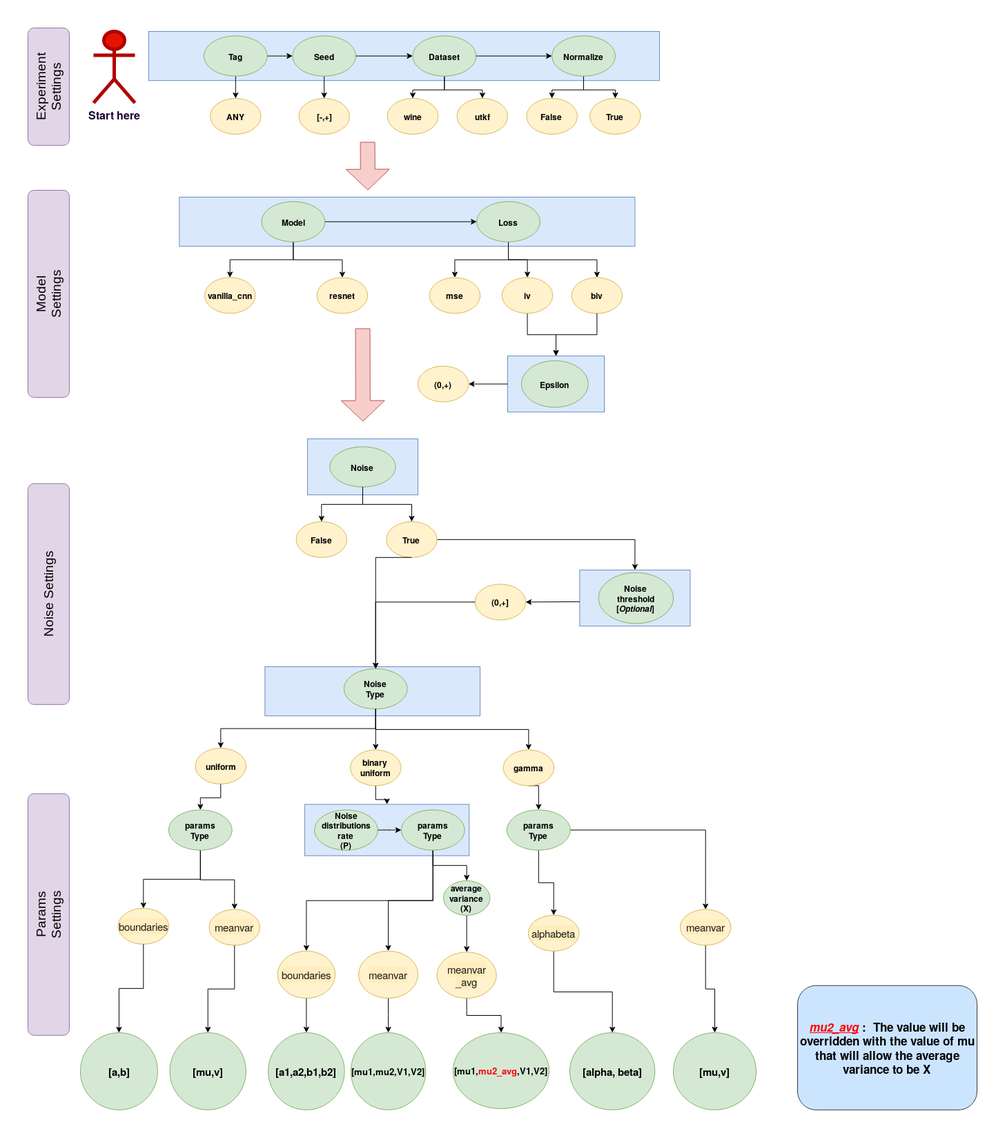
This is media/args.png from montrealrobotics/BIV, a draw.io export, as it was before one commit. Source tidied: cells renumbered, new cells last; positions are measured from the earlier drawing's top-left corner, leaving out a move shared by most shapes.
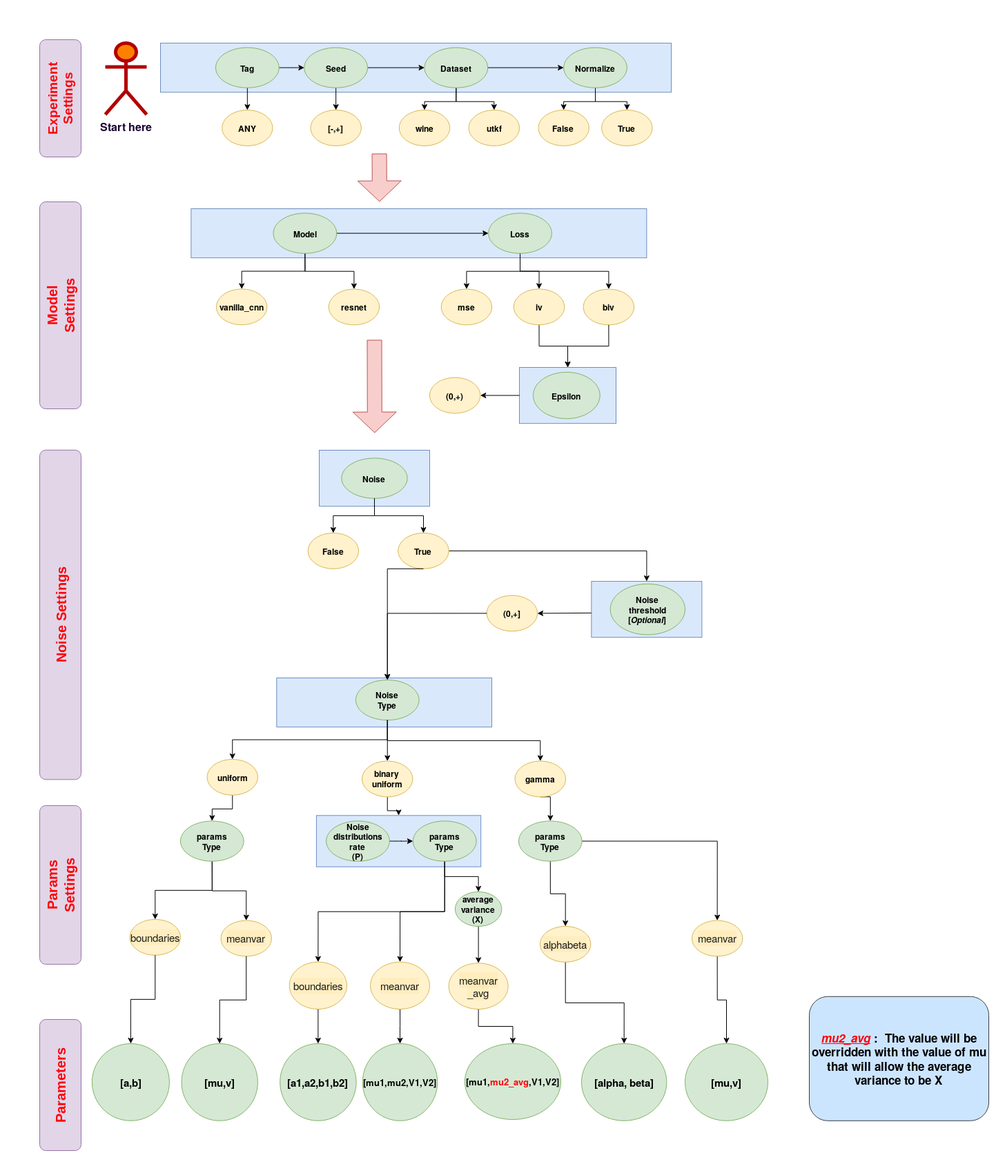
After the commit.

Diff of the diagram source:
```diff
@@ -298,20 +298,20 @@
     <mxCell id="97" style="edgeStyle=orthogonalEdgeStyle;rounded=0;jettySize=auto;html=1;exitX=0.5;exitY=1;exitDx=0;exitDy=0;entryX=0.5;entryY=0;entryDx=0;entryDy=0;" parent="2" edge="1" source="49" target="51">
       <mxGeometry relative="1" as="geometry" />
     </mxCell>
-    <mxCell id="98" value="&lt;font color=&quot;#190033&quot;&gt;&lt;b&gt;Start here&lt;br&gt;&lt;/b&gt;&lt;/font&gt;" style="shape=umlActor;verticalLabelPosition=bottom;verticalAlign=top;html=1;fontSize=16;align=center;fillColor=#e51400;strokeColor=#B20000;fontColor=#ffffff;strokeWidth=5;perimeterSpacing=0;" parent="2" vertex="1">
+    <mxCell id="98" value="&lt;font color=&quot;#190033&quot;&gt;&lt;b&gt;Start here&lt;br&gt;&lt;/b&gt;&lt;/font&gt;" style="shape=umlActor;verticalLabelPosition=bottom;verticalAlign=top;html=1;fontSize=16;align=center;strokeColor=#B20000;fontColor=#ffffff;strokeWidth=5;perimeterSpacing=0;fillColor=#FF8000;" parent="2" vertex="1">
       <mxGeometry x="30" width="60" height="103.5" as="geometry" />
     </mxCell>
-    <mxCell id="99" value="&lt;p dir=&quot;ltr&quot; style=&quot;line-height: 1.2 ; text-align: center ; margin-top: 0pt ; margin-bottom: 0pt&quot; id=&quot;docs-internal-guid-8ae002db-7fff-8ba6-8505-895e2b272312&quot;&gt;&lt;span style=&quot;font-size: 14pt ; font-family: &amp;#34;arial&amp;#34; ; color: rgb(0 , 0 , 0) ; background-color: transparent ; font-weight: 400 ; font-style: normal ; font-variant: normal ; text-decoration: none ; vertical-align: baseline&quot;&gt;Model&lt;/span&gt;&lt;/p&gt;&lt;p dir=&quot;ltr&quot; style=&quot;line-height: 1.2 ; text-align: center ; margin-top: 0pt ; margin-bottom: 0pt&quot;&gt;&lt;span style=&quot;font-size: 14pt ; font-family: &amp;#34;arial&amp;#34; ; color: rgb(0 , 0 , 0) ; background-color: transparent ; font-weight: 400 ; font-style: normal ; font-variant: normal ; text-decoration: none ; vertical-align: baseline&quot;&gt;Settings&lt;/span&gt;&lt;/p&gt;" style="rounded=1;whiteSpace=wrap;html=1;rotation=-90;fillColor=#e1d5e7;strokeColor=#9673a6;" parent="1" vertex="1">
+    <mxCell id="99" value="&lt;p dir=&quot;ltr&quot; style=&quot;line-height: 1.2 ; text-align: center ; margin-top: 0pt ; margin-bottom: 0pt ; font-size: 20px&quot; id=&quot;docs-internal-guid-8ae002db-7fff-8ba6-8505-895e2b272312&quot;&gt;&lt;font style=&quot;font-size: 20px&quot; color=&quot;#FF0008&quot;&gt;&lt;b&gt;&lt;span style=&quot;font-family: &amp;#34;arial&amp;#34; ; background-color: transparent ; font-style: normal ; font-variant: normal ; text-decoration: none ; vertical-align: baseline&quot;&gt;Model&lt;/span&gt;&lt;/b&gt;&lt;/font&gt;&lt;/p&gt;&lt;p dir=&quot;ltr&quot; style=&quot;line-height: 1.2 ; text-align: center ; margin-top: 0pt ; margin-bottom: 0pt ; font-size: 20px&quot;&gt;&lt;font style=&quot;font-size: 20px&quot; color=&quot;#FF0008&quot;&gt;&lt;b&gt;&lt;span style=&quot;font-family: &amp;#34;arial&amp;#34; ; background-color: transparent ; font-style: normal ; font-variant: normal ; text-decoration: none ; vertical-align: baseline&quot;&gt;Settings&lt;/span&gt;&lt;/b&gt;&lt;/font&gt;&lt;/p&gt;" style="rounded=1;whiteSpace=wrap;html=1;rotation=-90;fillColor=#e1d5e7;strokeColor=#9673a6;" parent="1" vertex="1">
       <mxGeometry x="25" y="350" width="300" height="60" as="geometry" />
     </mxCell>
-    <mxCell id="100" value="&lt;p dir=&quot;ltr&quot; style=&quot;line-height: 1.2 ; text-align: center ; margin-top: 0pt ; margin-bottom: 0pt&quot; id=&quot;docs-internal-guid-8ae002db-7fff-8ba6-8505-895e2b272312&quot;&gt;&lt;span style=&quot;font-size: 14pt ; font-family: &amp;#34;arial&amp;#34; ; color: rgb(0 , 0 , 0) ; background-color: transparent ; font-weight: 400 ; font-style: normal ; font-variant: normal ; text-decoration: none ; vertical-align: baseline&quot;&gt;Experiment&lt;/span&gt;&lt;/p&gt;&lt;p dir=&quot;ltr&quot; style=&quot;line-height: 1.2 ; text-align: center ; margin-top: 0pt ; margin-bottom: 0pt&quot;&gt;&lt;span style=&quot;font-size: 14pt ; font-family: &amp;#34;arial&amp;#34; ; color: rgb(0 , 0 , 0) ; background-color: transparent ; font-weight: 400 ; font-style: normal ; font-variant: normal ; text-decoration: none ; vertical-align: baseline&quot;&gt;Settings&lt;/span&gt;&lt;/p&gt;" style="rounded=1;whiteSpace=wrap;html=1;rotation=-90;fillColor=#e1d5e7;strokeColor=#9673a6;" parent="1" vertex="1">
+    <mxCell id="100" value="&lt;p dir=&quot;ltr&quot; style=&quot;line-height: 1.2 ; text-align: center ; margin-top: 0pt ; margin-bottom: 0pt&quot; id=&quot;docs-internal-guid-8ae002db-7fff-8ba6-8505-895e2b272312&quot;&gt;&lt;font color=&quot;#FF0008&quot;&gt;&lt;b&gt;&lt;span style=&quot;font-size: 14pt ; font-family: &amp;#34;arial&amp;#34; ; background-color: transparent ; font-style: normal ; font-variant: normal ; text-decoration: none ; vertical-align: baseline&quot;&gt;Experiment&lt;/span&gt;&lt;/b&gt;&lt;/font&gt;&lt;/p&gt;&lt;p dir=&quot;ltr&quot; style=&quot;line-height: 1.2 ; text-align: center ; margin-top: 0pt ; margin-bottom: 0pt&quot;&gt;&lt;font color=&quot;#FF0008&quot;&gt;&lt;b&gt;&lt;span style=&quot;font-size: 14pt ; font-family: &amp;#34;arial&amp;#34; ; background-color: transparent ; font-style: normal ; font-variant: normal ; text-decoration: none ; vertical-align: baseline&quot;&gt;Settings&lt;/span&gt;&lt;/b&gt;&lt;/font&gt;&lt;/p&gt;" style="rounded=1;whiteSpace=wrap;html=1;rotation=-90;strokeColor=#9673a6;fillColor=#e1d5e7;" parent="1" vertex="1">
       <mxGeometry x="90" y="50" width="170" height="60" as="geometry" />
     </mxCell>
-    <mxCell id="101" value="&lt;p dir=&quot;ltr&quot; style=&quot;line-height: 1.2 ; text-align: center ; margin-top: 0pt ; margin-bottom: 0pt&quot; id=&quot;docs-internal-guid-8ae002db-7fff-8ba6-8505-895e2b272312&quot;&gt;&lt;span style=&quot;font-size: 14pt ; font-family: &amp;#34;arial&amp;#34; ; color: rgb(0 , 0 , 0) ; background-color: transparent ; font-weight: 400 ; font-style: normal ; font-variant: normal ; text-decoration: none ; vertical-align: baseline&quot;&gt;Params&lt;/span&gt;&lt;/p&gt;&lt;p dir=&quot;ltr&quot; style=&quot;line-height: 1.2 ; text-align: center ; margin-top: 0pt ; margin-bottom: 0pt&quot;&gt;&lt;span style=&quot;font-size: 14pt ; font-family: &amp;#34;arial&amp;#34; ; color: rgb(0 , 0 , 0) ; background-color: transparent ; font-weight: 400 ; font-style: normal ; font-variant: normal ; text-decoration: none ; vertical-align: baseline&quot;&gt;Settings&lt;/span&gt;&lt;/p&gt;" style="rounded=1;whiteSpace=wrap;html=1;rotation=-90;fillColor=#e1d5e7;strokeColor=#9673a6;" parent="1" vertex="1">
-      <mxGeometry y="1248.8" width="350" height="60" as="geometry" />
+    <mxCell id="101" value="&lt;p dir=&quot;ltr&quot; style=&quot;line-height: 1.2 ; text-align: center ; margin-top: 0pt ; margin-bottom: 0pt ; font-size: 20px&quot; id=&quot;docs-internal-guid-8ae002db-7fff-8ba6-8505-895e2b272312&quot;&gt;&lt;font style=&quot;font-size: 20px&quot; color=&quot;#FF0008&quot;&gt;&lt;b&gt;&lt;span style=&quot;font-family: &amp;#34;arial&amp;#34; ; background-color: transparent ; font-style: normal ; font-variant: normal ; text-decoration: none ; vertical-align: baseline&quot;&gt;Params&lt;/span&gt;&lt;/b&gt;&lt;/font&gt;&lt;/p&gt;&lt;p dir=&quot;ltr&quot; style=&quot;line-height: 1.2 ; text-align: center ; margin-top: 0pt ; margin-bottom: 0pt ; font-size: 20px&quot;&gt;&lt;font style=&quot;font-size: 20px&quot; color=&quot;#FF0008&quot;&gt;&lt;b&gt;&lt;span style=&quot;font-family: &amp;#34;arial&amp;#34; ; background-color: transparent ; font-style: normal ; font-variant: normal ; text-decoration: none ; vertical-align: baseline&quot;&gt;Settings&lt;/span&gt;&lt;/b&gt;&lt;/font&gt;&lt;/p&gt;" style="rounded=1;whiteSpace=wrap;html=1;rotation=-90;fillColor=#e1d5e7;strokeColor=#9673a6;" parent="1" vertex="1">
+      <mxGeometry x="60" y="1190" width="230" height="60" as="geometry" />
     </mxCell>
-    <mxCell id="102" value="&lt;p dir=&quot;ltr&quot; style=&quot;line-height: 1.2 ; text-align: center ; margin-top: 0pt ; margin-bottom: 0pt&quot; id=&quot;docs-internal-guid-8ae002db-7fff-8ba6-8505-895e2b272312&quot;&gt;&lt;span style=&quot;font-size: 14pt ; font-family: &amp;#34;arial&amp;#34; ; color: rgb(0 , 0 , 0) ; background-color: transparent ; font-weight: 400 ; font-style: normal ; font-variant: normal ; text-decoration: none ; vertical-align: baseline&quot;&gt;Noise Settings&lt;/span&gt;&lt;/p&gt;" style="rounded=1;whiteSpace=wrap;html=1;rotation=-90;fillColor=#e1d5e7;strokeColor=#9673a6;" parent="1" vertex="1">
-      <mxGeometry x="15" y="784.8" width="320" height="60" as="geometry" />
+    <mxCell id="102" value="&lt;p dir=&quot;ltr&quot; style=&quot;line-height: 1.2 ; text-align: center ; margin-top: 0pt ; margin-bottom: 0pt ; font-size: 20px&quot; id=&quot;docs-internal-guid-8ae002db-7fff-8ba6-8505-895e2b272312&quot;&gt;&lt;font style=&quot;font-size: 20px&quot; color=&quot;#FF0008&quot;&gt;&lt;b&gt;&lt;span style=&quot;font-family: &amp;#34;arial&amp;#34; ; background-color: transparent ; font-style: normal ; font-variant: normal ; text-decoration: none ; vertical-align: baseline&quot;&gt;Noise Settings&lt;/span&gt;&lt;/b&gt;&lt;/font&gt;&lt;/p&gt;" style="rounded=1;whiteSpace=wrap;html=1;rotation=-90;fillColor=#e1d5e7;strokeColor=#9673a6;" parent="1" vertex="1">
+      <mxGeometry x="-63.8" y="798.5" width="477.5" height="60" as="geometry" />
     </mxCell>
     <mxCell id="103" value="&lt;div style=&quot;font-size: 17px&quot;&gt;&lt;font style=&quot;font-size: 17px&quot;&gt;&lt;font color=&quot;#FF0008&quot;&gt;&lt;i&gt;&lt;u&gt;&lt;font style=&quot;font-size: 17px&quot;&gt;mu2_avg&lt;/font&gt;&lt;/u&gt;&lt;/i&gt;&lt;/font&gt; :&amp;nbsp; The value will be overridden with the value of mu that will allow the average variance to be X&lt;br&gt;&lt;/font&gt;&lt;/div&gt;" style="rounded=1;whiteSpace=wrap;html=1;fillColor=#cce5ff;strokeColor=#36393d;fontStyle=1;fontSize=16;align=center;" parent="1" vertex="1">
       <mxGeometry x="1260" y="1381.8" width="260" height="180" as="geometry" />
@@ -355,5 +355,14 @@
     <mxCell id="114" style="edgeStyle=orthogonalEdgeStyle;rounded=0;jettySize=auto;html=1;exitX=0;exitY=0.5;exitDx=0;exitDy=0;entryX=0.5;entryY=0;entryDx=0;entryDy=0;" parent="1" edge="1" source="85" target="109">
       <mxGeometry relative="1" as="geometry" />
     </mxCell>
+    <mxCell id="115" value="&lt;p dir=&quot;ltr&quot; style=&quot;line-height: 1.2 ; text-align: center ; margin-top: 0pt ; margin-bottom: 0pt ; font-size: 20px&quot; id=&quot;docs-internal-guid-8ae002db-7fff-8ba6-8505-895e2b272312&quot;&gt;&lt;font style=&quot;font-size: 20px&quot; color=&quot;#FF0008&quot;&gt;&lt;b&gt;&lt;span style=&quot;font-family: &amp;#34;arial&amp;#34; ; background-color: transparent ; font-style: normal ; font-variant: normal ; text-decoration: none ; vertical-align: baseline&quot;&gt;Parameters&lt;/span&gt;&lt;/b&gt;&lt;/font&gt;&lt;/p&gt;" style="rounded=1;whiteSpace=wrap;html=1;rotation=-90;fillColor=#e1d5e7;strokeColor=#9673a6;" parent="1" vertex="1">
+      <mxGeometry x="80" y="1480" width="190" height="60" as="geometry" />
+    </mxCell>
+    <mxCell id="116" style="edgeStyle=orthogonalEdgeStyle;rounded=0;orthogonalLoop=1;jettySize=auto;html=1;exitX=0;exitY=0.5;exitDx=0;exitDy=0;" parent="1" edge="1" source="115" target="115">
+      <mxGeometry relative="1" as="geometry" />
+    </mxCell>
+    <mxCell id="117" style="edgeStyle=orthogonalEdgeStyle;rounded=0;orthogonalLoop=1;jettySize=auto;html=1;exitX=0;exitY=0.5;exitDx=0;exitDy=0;" parent="1" edge="1" source="115" target="115">
+      <mxGeometry relative="1" as="geometry" />
+    </mxCell>
   </root>
 </mxGraphModel>
```
